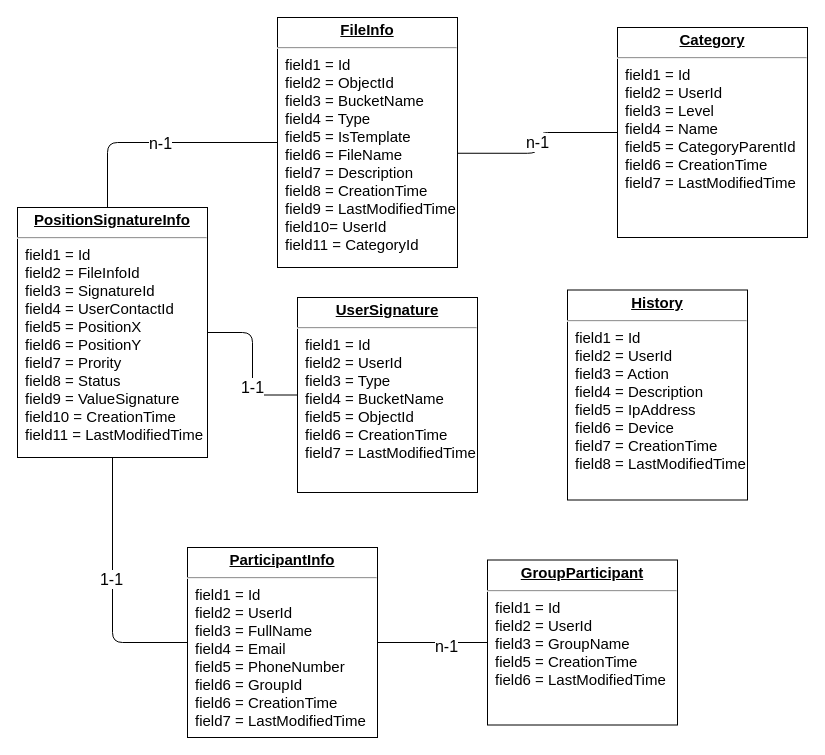
thangmt1997/app_sales keeps this draw.io diagram as DatabaseDiagram.drawio. Above is the earlier version. Source tidied: cells renumbered, new cells numbered last; positions are measured from the earlier drawing's top-left corner, leaving out a move shared by most shapes. Both pictures are drawn from the tidied source at 100%, with x=0, y=0 at pixel (17, 17).
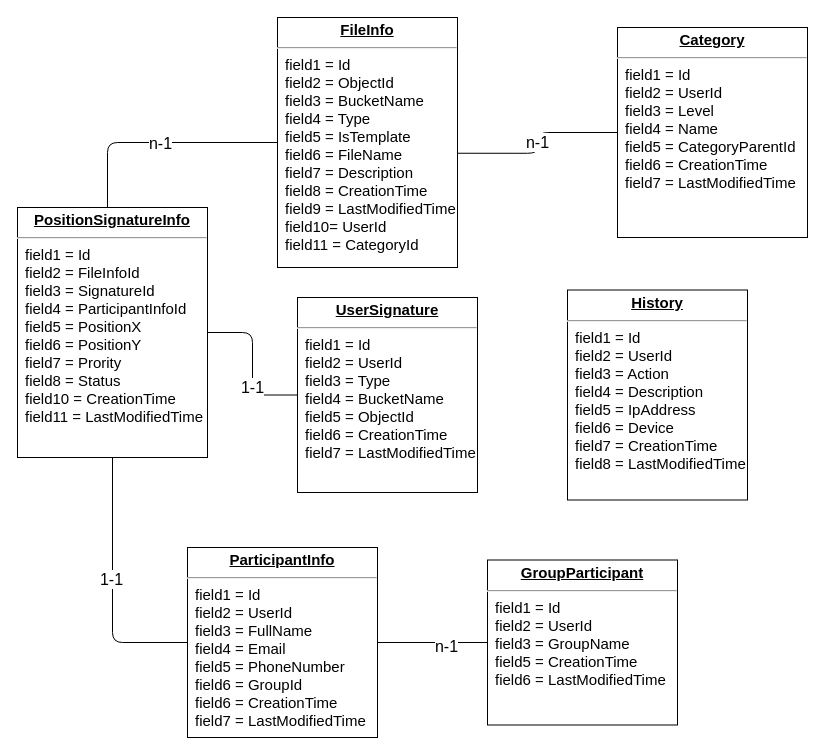
Above is the later version.

The edit, as a diff of the source:
```diff
@@
 <mxGraphModel background="#ffffff">
   <root>
     <mxCell id="0" />
     <mxCell id="1" parent="0" />
     <mxCell id="2" value="&lt;p style=&quot;margin: 4px 0px 0px ; text-align: center ; text-decoration: underline ; font-size: 15px&quot;&gt;&lt;b style=&quot;font-size: 15px&quot;&gt;FileInfo&lt;/b&gt;&lt;/p&gt;&lt;hr style=&quot;font-size: 15px&quot;&gt;&lt;p style=&quot;margin: 0px 0px 0px 8px ; font-size: 15px&quot;&gt;field1 = Id&lt;br style=&quot;font-size: 15px&quot;&gt;field2 = ObjectId&lt;br style=&quot;font-size: 15px&quot;&gt;field3 = BucketName&lt;/p&gt;&lt;p style=&quot;margin: 0px 0px 0px 8px ; font-size: 15px&quot;&gt;field4 = Type&lt;/p&gt;&lt;p style=&quot;margin: 0px 0px 0px 8px ; font-size: 15px&quot;&gt;field5 = IsTemplate&lt;/p&gt;&lt;p style=&quot;margin: 0px 0px 0px 8px ; font-size: 15px&quot;&gt;field6 = FileName&lt;/p&gt;&lt;p style=&quot;margin: 0px 0px 0px 8px ; font-size: 15px&quot;&gt;field7 = Description&amp;nbsp;&lt;/p&gt;&lt;p style=&quot;margin: 0px 0px 0px 8px ; font-size: 15px&quot;&gt;field8 = CreationTime&lt;br style=&quot;font-size: 15px&quot;&gt;&lt;/p&gt;&lt;p style=&quot;margin: 0px 0px 0px 8px ; font-size: 15px&quot;&gt;field9 = LastModifiedTime&lt;br&gt;field10= UserId&lt;br&gt;&lt;/p&gt;&lt;p style=&quot;margin: 0px 0px 0px 8px ; font-size: 15px&quot;&gt;field11 = CategoryId&lt;/p&gt;" style="verticalAlign=top;align=left;overflow=fill;fontSize=15;fontFamily=Helvetica;html=1;rounded=0;shadow=0;comic=0;labelBackgroundColor=none;strokeWidth=1;glass=0;" parent="1" vertex="1">
       <mxGeometry x="260" width="180" height="250" as="geometry" />
     </mxCell>
     <mxCell id="3" style="edgeStyle=orthogonalEdgeStyle;rounded=1;jettySize=auto;html=1;entryX=1;entryY=0.5;entryDx=0;entryDy=0;fontSize=15;endArrow=none;endFill=0;strokeColor=#000000;" parent="1" edge="1" source="5" target="12">
       <mxGeometry relative="1" as="geometry" />
     </mxCell>
     <mxCell id="4" value="1-1" style="edgeLabel;html=1;align=center;verticalAlign=middle;fontSize=16;" parent="3" vertex="1">
       <mxGeometry x="-0.31" y="1" relative="1" as="geometry" />
     </mxCell>
     <mxCell id="5" value="&lt;p style=&quot;margin: 4px 0px 0px ; text-align: center ; text-decoration: underline ; font-size: 15px&quot;&gt;&lt;b style=&quot;font-size: 15px&quot;&gt;UserSignature&lt;/b&gt;&lt;/p&gt;&lt;hr style=&quot;font-size: 15px&quot;&gt;&lt;p style=&quot;margin: 0px 0px 0px 8px ; font-size: 15px&quot;&gt;field1 = Id&lt;br style=&quot;font-size: 15px&quot;&gt;field2 = UserId&lt;br style=&quot;font-size: 15px&quot;&gt;field3 = Type&lt;/p&gt;&lt;p style=&quot;margin: 0px 0px 0px 8px ; font-size: 15px&quot;&gt;field4 = BucketName&lt;/p&gt;&lt;p style=&quot;margin: 0px 0px 0px 8px ; font-size: 15px&quot;&gt;field5 = ObjectId&lt;br style=&quot;font-size: 15px&quot;&gt;&lt;/p&gt;&lt;p style=&quot;margin: 0px 0px 0px 8px&quot;&gt;field6 = CreationTime&lt;br&gt;&lt;/p&gt;&lt;p style=&quot;margin: 0px 0px 0px 8px&quot;&gt;field7 = LastModifiedTime&lt;/p&gt;" style="verticalAlign=top;align=left;overflow=fill;fontSize=15;fontFamily=Helvetica;html=1;rounded=0;shadow=0;comic=0;labelBackgroundColor=none;strokeWidth=1;" parent="1" vertex="1">
       <mxGeometry x="280" y="280" width="180" height="195" as="geometry" />
     </mxCell>
     <mxCell id="6" value="&lt;p style=&quot;margin: 4px 0px 0px ; text-align: center ; text-decoration: underline ; font-size: 15px&quot;&gt;&lt;b style=&quot;font-size: 15px&quot;&gt;ParticipantInfo&lt;/b&gt;&lt;/p&gt;&lt;hr style=&quot;font-size: 15px&quot;&gt;&lt;p style=&quot;margin: 0px 0px 0px 8px ; font-size: 15px&quot;&gt;field1 = Id&lt;br style=&quot;font-size: 15px&quot;&gt;field2 = UserId&lt;br style=&quot;font-size: 15px&quot;&gt;field3 = FullName&lt;/p&gt;&lt;p style=&quot;margin: 0px 0px 0px 8px ; font-size: 15px&quot;&gt;field4 = Email&lt;br style=&quot;font-size: 15px&quot;&gt;&lt;/p&gt;&lt;p style=&quot;margin: 0px 0px 0px 8px ; font-size: 15px&quot;&gt;field5 = PhoneNumber&lt;br style=&quot;font-size: 15px&quot;&gt;&lt;/p&gt;&lt;p style=&quot;margin: 0px 0px 0px 8px ; font-size: 15px&quot;&gt;field6 = GroupId&lt;/p&gt;&lt;p style=&quot;margin: 0px 0px 0px 8px&quot;&gt;field6 = CreationTime&lt;br&gt;&lt;/p&gt;&lt;p style=&quot;margin: 0px 0px 0px 8px&quot;&gt;field7 = LastModifiedTime&lt;/p&gt;" style="verticalAlign=top;align=left;overflow=fill;fontSize=15;fontFamily=Helvetica;html=1;rounded=0;shadow=0;comic=0;labelBackgroundColor=none;strokeWidth=1;" parent="1" vertex="1">
       <mxGeometry x="170" y="530" width="190" height="190" as="geometry" />
     </mxCell>
     <mxCell id="7" value="n-1" style="edgeStyle=orthogonalEdgeStyle;rounded=1;jettySize=auto;html=1;entryX=1;entryY=0.543;entryDx=0;entryDy=0;entryPerimeter=0;endArrow=none;endFill=0;fontSize=16;" parent="1" edge="1" source="8" target="2">
       <mxGeometry relative="1" as="geometry" />
     </mxCell>
     <mxCell id="8" value="&lt;p style=&quot;margin: 4px 0px 0px ; text-align: center ; text-decoration: underline ; font-size: 15px&quot;&gt;&lt;b style=&quot;font-size: 15px&quot;&gt;Category&lt;/b&gt;&lt;/p&gt;&lt;hr style=&quot;font-size: 15px&quot;&gt;&lt;p style=&quot;margin: 0px 0px 0px 8px ; font-size: 15px&quot;&gt;field1 = Id&lt;br style=&quot;font-size: 15px&quot;&gt;field2 = UserId&lt;br style=&quot;font-size: 15px&quot;&gt;field3 = Level&lt;/p&gt;&lt;p style=&quot;margin: 0px 0px 0px 8px ; font-size: 15px&quot;&gt;field4 = Name&lt;br style=&quot;font-size: 15px&quot;&gt;&lt;/p&gt;&lt;p style=&quot;margin: 0px 0px 0px 8px ; font-size: 15px&quot;&gt;field5 = CategoryParentId&lt;/p&gt;&lt;p style=&quot;margin: 0px 0px 0px 8px&quot;&gt;field6 = CreationTime&lt;br&gt;&lt;/p&gt;&lt;p style=&quot;margin: 0px 0px 0px 8px&quot;&gt;field7 = LastModifiedTime&lt;/p&gt;" style="verticalAlign=top;align=left;overflow=fill;fontSize=15;fontFamily=Helvetica;html=1;rounded=0;shadow=0;comic=0;labelBackgroundColor=none;strokeWidth=1;" parent="1" vertex="1">
       <mxGeometry x="600" y="10" width="190" height="210" as="geometry" />
     </mxCell>
     <mxCell id="9" value="n-1" style="edgeStyle=orthogonalEdgeStyle;rounded=1;jettySize=auto;entryX=0;entryY=0.5;entryDx=0;entryDy=0;endArrow=none;endFill=0;fontSize=16;spacingTop=1;spacingLeft=0;html=1;" parent="1" edge="1" source="12" target="2">
       <mxGeometry relative="1" as="geometry">
         <Array as="points">
           <mxPoint x="90" y="125" />
         </Array>
       </mxGeometry>
     </mxCell>
     <mxCell id="10" style="edgeStyle=orthogonalEdgeStyle;rounded=1;jettySize=auto;html=1;entryX=0;entryY=0.5;entryDx=0;entryDy=0;endArrow=none;endFill=0;" parent="1" edge="1" source="12" target="6">
       <mxGeometry relative="1" as="geometry" />
     </mxCell>
     <mxCell id="11" value="1-1" style="edgeLabel;html=1;align=center;verticalAlign=middle;fontSize=16;" parent="10" vertex="1">
       <mxGeometry x="-0.07" y="-2" relative="1" as="geometry" />
     </mxCell>
-    <mxCell id="12" value="&lt;p style=&quot;margin: 4px 0px 0px ; text-align: center ; text-decoration: underline ; font-size: 15px&quot;&gt;&lt;b style=&quot;font-size: 15px&quot;&gt;PositionSignatureInfo&lt;/b&gt;&lt;/p&gt;&lt;hr style=&quot;font-size: 15px&quot;&gt;&lt;p style=&quot;margin: 0px 0px 0px 8px ; font-size: 15px&quot;&gt;field1 = Id&lt;br style=&quot;font-size: 15px&quot;&gt;field2 = FileInfoId&lt;/p&gt;&lt;p style=&quot;margin: 0px 0px 0px 8px&quot;&gt;field3 = SignatureId&lt;/p&gt;&lt;p style=&quot;margin: 0px 0px 0px 8px&quot;&gt;field4 = UserContactId&lt;/p&gt;&lt;p style=&quot;margin: 0px 0px 0px 8px ; font-size: 15px&quot;&gt;field5 = PositionX&lt;/p&gt;&lt;p style=&quot;margin: 0px 0px 0px 8px ; font-size: 15px&quot;&gt;field6 = PositionY&lt;/p&gt;&lt;p style=&quot;margin: 0px 0px 0px 8px ; font-size: 15px&quot;&gt;field7 = Prority&lt;br&gt;&lt;/p&gt;&lt;p style=&quot;margin: 0px 0px 0px 8px ; font-size: 15px&quot;&gt;field8 = Status&lt;/p&gt;&lt;p style=&quot;margin: 0px 0px 0px 8px ; font-size: 15px&quot;&gt;field9 = ValueSignature&lt;/p&gt;&lt;p style=&quot;margin: 0px 0px 0px 8px&quot;&gt;field10 = CreationTime&lt;br&gt;&lt;/p&gt;&lt;p style=&quot;margin: 0px 0px 0px 8px&quot;&gt;field11 = LastModifiedTime&lt;/p&gt;&lt;p style=&quot;margin: 0px 0px 0px 8px&quot;&gt;&lt;br&gt;&lt;/p&gt;" style="verticalAlign=top;align=left;overflow=fill;fontSize=15;fontFamily=Helvetica;html=1;rounded=0;shadow=0;comic=0;labelBackgroundColor=none;strokeWidth=1;" parent="1" vertex="1">
+    <mxCell id="12" value="&lt;p style=&quot;margin: 4px 0px 0px ; text-align: center ; text-decoration: underline ; font-size: 15px&quot;&gt;&lt;b style=&quot;font-size: 15px&quot;&gt;PositionSignatureInfo&lt;/b&gt;&lt;/p&gt;&lt;hr style=&quot;font-size: 15px&quot;&gt;&lt;p style=&quot;margin: 0px 0px 0px 8px ; font-size: 15px&quot;&gt;field1 = Id&lt;br style=&quot;font-size: 15px&quot;&gt;field2 = FileInfoId&lt;/p&gt;&lt;p style=&quot;margin: 0px 0px 0px 8px&quot;&gt;field3 = SignatureId&lt;/p&gt;&lt;p style=&quot;margin: 0px 0px 0px 8px&quot;&gt;field4 = ParticipantInfoId&lt;/p&gt;&lt;p style=&quot;margin: 0px 0px 0px 8px ; font-size: 15px&quot;&gt;field5 = PositionX&lt;/p&gt;&lt;p style=&quot;margin: 0px 0px 0px 8px ; font-size: 15px&quot;&gt;field6 = PositionY&lt;/p&gt;&lt;p style=&quot;margin: 0px 0px 0px 8px ; font-size: 15px&quot;&gt;field7 = Prority&lt;br&gt;&lt;/p&gt;&lt;p style=&quot;margin: 0px 0px 0px 8px ; font-size: 15px&quot;&gt;field8 = Status&lt;/p&gt;&lt;p style=&quot;margin: 0px 0px 0px 8px&quot;&gt;field10 = CreationTime&lt;br&gt;&lt;/p&gt;&lt;p style=&quot;margin: 0px 0px 0px 8px&quot;&gt;field11 = LastModifiedTime&lt;/p&gt;&lt;p style=&quot;margin: 0px 0px 0px 8px&quot;&gt;&lt;br&gt;&lt;/p&gt;" style="verticalAlign=top;align=left;overflow=fill;fontSize=15;fontFamily=Helvetica;html=1;rounded=0;shadow=0;comic=0;labelBackgroundColor=none;strokeWidth=1;" parent="1" vertex="1">
       <mxGeometry y="190" width="190" height="250" as="geometry" />
     </mxCell>
     <mxCell id="13" style="edgeStyle=orthogonalEdgeStyle;rounded=1;jettySize=auto;html=1;exitX=0;exitY=0.5;exitDx=0;exitDy=0;endArrow=none;endFill=0;" parent="1" edge="1" source="15" target="6">
       <mxGeometry relative="1" as="geometry" />
     </mxCell>
     <mxCell id="14" value="n-1" style="edgeLabel;html=1;align=center;verticalAlign=middle;fontSize=16;" parent="13" vertex="1">
       <mxGeometry x="-0.23" y="3" relative="1" as="geometry" />
     </mxCell>
     <mxCell id="15" value="&lt;p style=&quot;margin: 4px 0px 0px ; text-align: center ; text-decoration: underline ; font-size: 15px&quot;&gt;&lt;b style=&quot;font-size: 15px&quot;&gt;GroupParticipant&lt;/b&gt;&lt;/p&gt;&lt;hr style=&quot;font-size: 15px&quot;&gt;&lt;p style=&quot;margin: 0px 0px 0px 8px ; font-size: 15px&quot;&gt;field1 = Id&lt;br style=&quot;font-size: 15px&quot;&gt;field2 = UserId&lt;br style=&quot;font-size: 15px&quot;&gt;field3 = GroupName&lt;/p&gt;&lt;p style=&quot;margin: 0px 0px 0px 8px&quot;&gt;field5 = CreationTime&lt;br&gt;&lt;/p&gt;&lt;p style=&quot;margin: 0px 0px 0px 8px&quot;&gt;field6 = LastModifiedTime&lt;/p&gt;" style="verticalAlign=top;align=left;overflow=fill;fontSize=15;fontFamily=Helvetica;html=1;rounded=0;shadow=0;comic=0;labelBackgroundColor=none;strokeWidth=1;" parent="1" vertex="1">
       <mxGeometry x="470" y="542.5" width="190" height="165" as="geometry" />
     </mxCell>
     <mxCell id="16" value="&lt;p style=&quot;margin: 4px 0px 0px ; text-align: center ; text-decoration: underline ; font-size: 15px&quot;&gt;&lt;b&gt;History&lt;/b&gt;&lt;/p&gt;&lt;hr style=&quot;font-size: 15px&quot;&gt;&lt;p style=&quot;margin: 0px 0px 0px 8px ; font-size: 15px&quot;&gt;field1 = Id&lt;br style=&quot;font-size: 15px&quot;&gt;field2 = UserId&lt;br style=&quot;font-size: 15px&quot;&gt;field3 = Action&lt;/p&gt;&lt;p style=&quot;margin: 0px 0px 0px 8px ; font-size: 15px&quot;&gt;field4 = Description&lt;/p&gt;&lt;p style=&quot;margin: 0px 0px 0px 8px ; font-size: 15px&quot;&gt;field5 = IpAddress&lt;br&gt;&lt;/p&gt;&lt;p style=&quot;margin: 0px 0px 0px 8px ; font-size: 15px&quot;&gt;field6 = Device&lt;br&gt;&lt;/p&gt;&lt;p style=&quot;margin: 0px 0px 0px 8px ; font-size: 15px&quot;&gt;field7 = CreationTime&lt;br style=&quot;font-size: 15px&quot;&gt;&lt;/p&gt;&lt;p style=&quot;margin: 0px 0px 0px 8px ; font-size: 15px&quot;&gt;field8 = LastModifiedTime&lt;br&gt;&lt;br&gt;&lt;/p&gt;" style="verticalAlign=top;align=left;overflow=fill;fontSize=15;fontFamily=Helvetica;html=1;rounded=0;shadow=0;comic=0;labelBackgroundColor=none;strokeWidth=1;glass=0;" parent="1" vertex="1">
       <mxGeometry x="550" y="272.5" width="180" height="210" as="geometry" />
     </mxCell>
   </root>
 </mxGraphModel>
```
